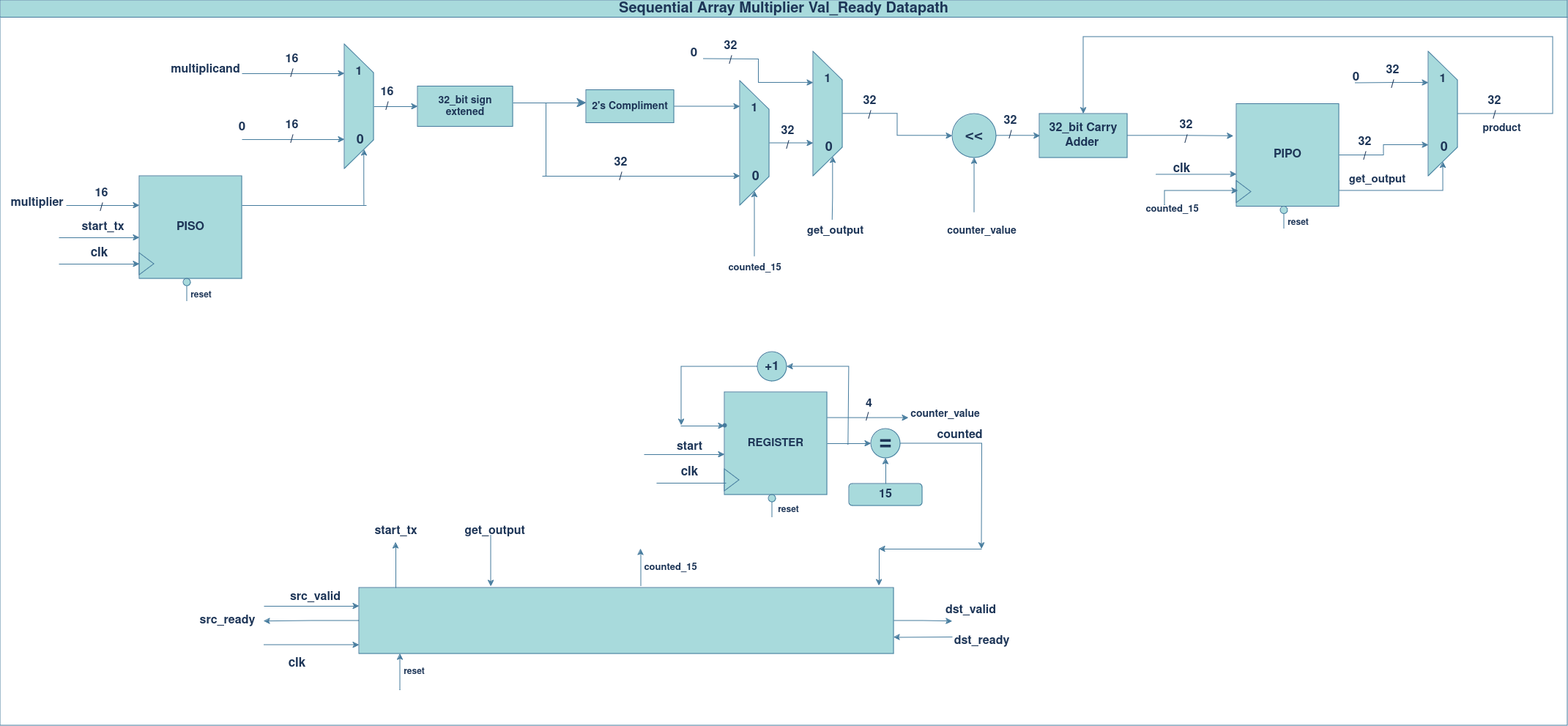
Above: Zawaher/Sequential_Array_Multiplier/valid_ready/docs/Seq_Array_Multiplier_valready_datapath.drawio.png in medsuet/Xcelerium-IC-Design-Training (draw.io), before the change. Source tidied: cells renumbered, new cells last; positions are measured from the earlier drawing's top-left corner, leaving out a move shared by most shapes.
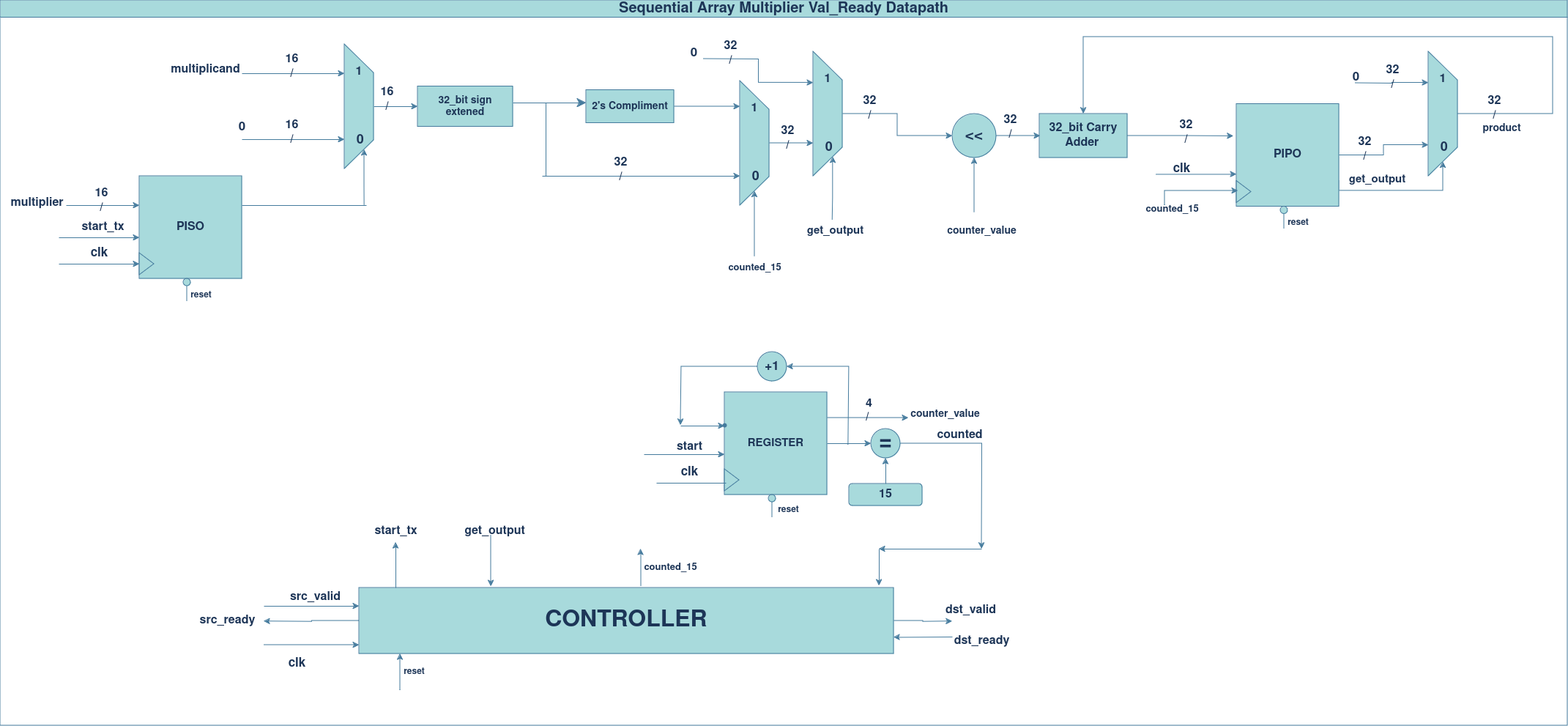
The same file after the commit.

Diff of the diagram source:
```diff
@@ -498,7 +498,7 @@
         <mxPoint x="360" y="847.7" as="targetPoint" />
       </mxGeometry>
     </mxCell>
-    <mxCell id="113" style="rounded=0;whiteSpace=wrap;html=1;labelBackgroundColor=none;fillColor=#A8DADC;strokeColor=#457B9D;fontColor=#1D3557;" parent="73" vertex="1">
+    <mxCell id="113" value="&lt;b&gt;&lt;font style=&quot;font-size: 32px;&quot;&gt;CONTROLLER&lt;/font&gt;&lt;/b&gt;" style="rounded=0;whiteSpace=wrap;html=1;labelBackgroundColor=none;fillColor=#A8DADC;strokeColor=#457B9D;fontColor=#1D3557;" parent="73" vertex="1">
       <mxGeometry x="490" y="802" width="730" height="90" as="geometry" />
     </mxCell>
     <mxCell id="114" style="endArrow=classic;html=1;rounded=0;strokeColor=#457B9D;fontColor=#1D3557;fillColor=#A8DADC;" parent="73" edge="1">
```
